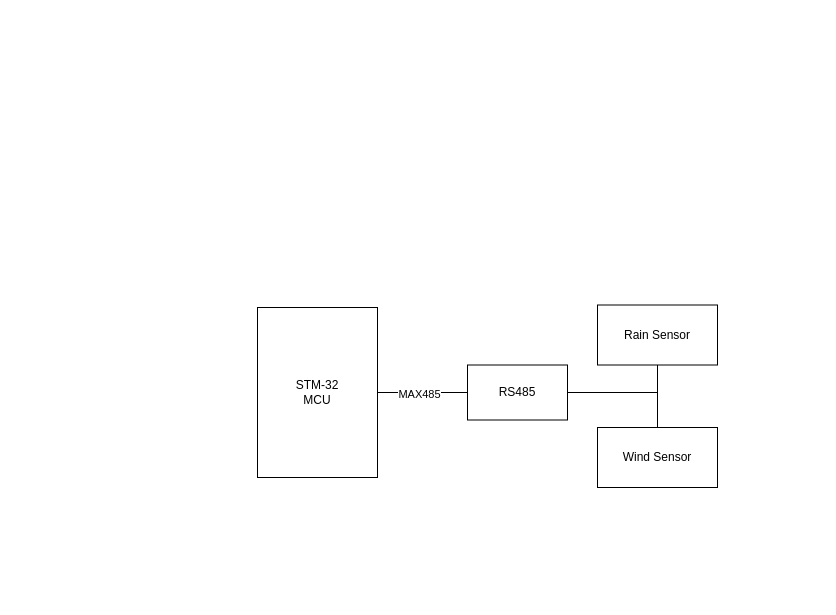
The draw.io diagram Schematic.drawio in ziixyu/Wind-and-Rain-Sensor, before the edit. Source tidied: cells renumbered, new cells numbered last; positions are measured from the earlier drawing's top-left corner, leaving out a move shared by most shapes. Both pictures are drawn from the tidied source at 100%, with x=0, y=0 at pixel (257, 305).
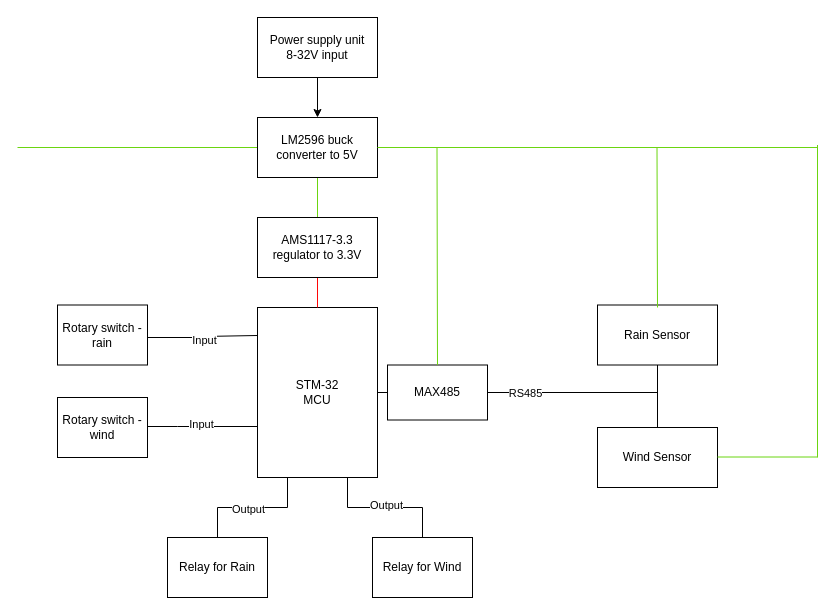
The same page after the edit.

Unchanged cells that the change refers to:
```xml
<mxCell id="2" style="edgeStyle=orthogonalEdgeStyle;rounded=0;jettySize=auto;html=1;exitX=1;exitY=0.5;exitDx=0;exitDy=0;endArrow=none;endFill=0;" parent="1" edge="1" source="4">
  <mxGeometry relative="1" as="geometry">
    <mxPoint x="210" y="87" as="targetPoint" />
  </mxGeometry>
</mxCell>
<mxCell id="4" value="STM-32&lt;div&gt;MCU&lt;/div&gt;" style="rounded=0;whiteSpace=wrap;html=1;" parent="1" vertex="1">
  <mxGeometry y="2" width="120" height="170" as="geometry" />
</mxCell>
<mxCell id="6" style="endArrow=none;html=1;rounded=0;exitX=1;exitY=0.5;exitDx=0;exitDy=0;" parent="1" edge="1" source="5">
  <mxGeometry relative="1" as="geometry">
    <mxPoint x="400" y="87" as="targetPoint" />
  </mxGeometry>
</mxCell>
```

The edit, as a diff of the source:
```diff
@@
-    <mxCell id="3" value="MAX&lt;span style=&quot;background-color: light-dark(#ffffff, var(--ge-dark-color, #121212)); color: light-dark(rgb(0, 0, 0), rgb(255, 255, 255));&quot;&gt;485&lt;/span&gt;" style="edgeLabel;html=1;align=center;verticalAlign=middle;" parent="2" vertex="1">
-      <mxGeometry x="-0.2" y="-1" relative="1" as="geometry">
-        <mxPoint x="5" as="offset" />
-      </mxGeometry>
-    </mxCell>
+    <mxCell id="11" style="edgeStyle=orthogonalEdgeStyle;rounded=0;jettySize=auto;html=1;entryX=0.5;entryY=0;entryDx=0;entryDy=0;endArrow=none;endFill=0;exitX=0.25;exitY=1;exitDx=0;exitDy=0;" parent="1" edge="1" source="4" target="26">
+      <mxGeometry relative="1" as="geometry">
+        <Array as="points">
+          <mxPoint x="30" y="202" />
+          <mxPoint x="-40" y="202" />
+        </Array>
+      </mxGeometry>
+    </mxCell>
+    <mxCell id="12" value="Output" style="edgeLabel;html=1;align=center;verticalAlign=middle;" parent="11" vertex="1">
+      <mxGeometry x="0.08" y="1" relative="1" as="geometry" />
+    </mxCell>
@@
-    <mxCell id="5" value="RS485" style="rounded=0;whiteSpace=wrap;html=1;" parent="1" vertex="1">
-      <mxGeometry x="210" y="59.5" width="100" height="55" as="geometry" />
+    <mxCell id="5" value="MAX485" style="rounded=0;whiteSpace=wrap;html=1;" parent="1" vertex="1">
+      <mxGeometry x="130" y="59.5" width="100" height="55" as="geometry" />
     </mxCell>
@@
+    <mxCell id="13" value="RS485" style="edgeLabel;html=1;align=center;verticalAlign=middle;" parent="6" vertex="1">
+      <mxGeometry x="-0.56" relative="1" as="geometry" />
+    </mxCell>
@@
+    <mxCell id="14" style="edgeStyle=orthogonalEdgeStyle;rounded=0;jettySize=auto;html=1;" parent="1" edge="1" source="15" target="18">
+      <mxGeometry relative="1" as="geometry" />
+    </mxCell>
+    <mxCell id="15" value="Power supply unit&lt;div&gt;8-32V input&lt;/div&gt;" style="rounded=0;whiteSpace=wrap;html=1;" parent="1" vertex="1">
+      <mxGeometry y="-288" width="120" height="60" as="geometry" />
+    </mxCell>
+    <mxCell id="16" style="edgeStyle=orthogonalEdgeStyle;rounded=0;jettySize=auto;html=1;exitX=0;exitY=0.5;exitDx=0;exitDy=0;fillColor=#d5e8d4;strokeColor=#6BD510;endArrow=none;endFill=0;" parent="1" edge="1" source="18">
+      <mxGeometry relative="1" as="geometry">
+        <mxPoint x="-240" y="-158" as="targetPoint" />
+      </mxGeometry>
+    </mxCell>
+    <mxCell id="17" style="edgeStyle=orthogonalEdgeStyle;rounded=0;jettySize=auto;html=1;endArrow=none;endFill=0;strokeColor=#6BD510;" parent="1" edge="1" source="18" target="20">
+      <mxGeometry relative="1" as="geometry" />
+    </mxCell>
+    <mxCell id="18" value="LM2596 buck converter to 5V" style="rounded=0;whiteSpace=wrap;html=1;" parent="1" vertex="1">
+      <mxGeometry y="-188" width="120" height="60" as="geometry" />
+    </mxCell>
+    <mxCell id="19" style="edgeStyle=orthogonalEdgeStyle;rounded=0;jettySize=auto;html=1;strokeColor=#FF0606;endArrow=none;endFill=0;" parent="1" edge="1" source="20" target="4">
+      <mxGeometry relative="1" as="geometry" />
+    </mxCell>
+    <mxCell id="20" value="AMS1117-3.3 regulator to 3.3V" style="rounded=0;whiteSpace=wrap;html=1;" parent="1" vertex="1">
+      <mxGeometry y="-88" width="120" height="60" as="geometry" />
+    </mxCell>
+    <mxCell id="21" style="endArrow=none;html=1;rounded=0;exitX=1;exitY=0.5;exitDx=0;exitDy=0;fillColor=#d5e8d4;strokeColor=#6BD510;" parent="1" edge="1" source="18">
+      <mxGeometry relative="1" as="geometry">
+        <mxPoint x="560" y="-158" as="targetPoint" />
+      </mxGeometry>
+    </mxCell>
+    <mxCell id="22" style="endArrow=none;html=1;rounded=0;strokeColor=#6BD510;exitX=0.5;exitY=0;exitDx=0;exitDy=0;" parent="1" edge="1" source="5">
+      <mxGeometry relative="1" as="geometry">
+        <mxPoint x="179.5" y="-158" as="targetPoint" />
+      </mxGeometry>
+    </mxCell>
+    <mxCell id="23" style="endArrow=none;html=1;rounded=0;strokeColor=#6BD510;" parent="1" edge="1">
+      <mxGeometry relative="1" as="geometry">
+        <mxPoint x="400" y="2" as="sourcePoint" />
+        <mxPoint x="399.5" y="-158" as="targetPoint" />
+      </mxGeometry>
+    </mxCell>
+    <mxCell id="24" style="endArrow=none;html=1;rounded=0;strokeColor=#6BD510;" parent="1" edge="1">
+      <mxGeometry relative="1" as="geometry">
+        <mxPoint x="560" y="152" as="sourcePoint" />
+        <mxPoint x="560" y="-160.5" as="targetPoint" />
+      </mxGeometry>
+    </mxCell>
+    <mxCell id="25" style="edgeStyle=none;orthogonalLoop=1;jettySize=auto;html=1;rounded=0;endArrow=none;endFill=0;strokeColor=#6BD510;" parent="1" edge="1">
+      <mxGeometry relative="1" as="geometry">
+        <mxPoint x="460" y="151.5" as="sourcePoint" />
+        <mxPoint x="560" y="151.5" as="targetPoint" />
+      </mxGeometry>
+    </mxCell>
+    <mxCell id="26" value="Relay for Rain" style="rounded=0;whiteSpace=wrap;html=1;" parent="1" vertex="1">
+      <mxGeometry x="-90" y="232" width="100" height="60" as="geometry" />
+    </mxCell>
+    <mxCell id="27" style="edgeStyle=orthogonalEdgeStyle;rounded=0;jettySize=auto;html=1;endArrow=none;endFill=0;entryX=0.75;entryY=1;entryDx=0;entryDy=0;" parent="1" edge="1" source="29" target="4">
+      <mxGeometry relative="1" as="geometry" />
+    </mxCell>
+    <mxCell id="28" value="Output" style="edgeLabel;html=1;align=center;verticalAlign=middle;" parent="27" vertex="1">
+      <mxGeometry x="-0.01" y="-3" relative="1" as="geometry" />
+    </mxCell>
+    <mxCell id="29" value="Relay for Wind" style="rounded=0;whiteSpace=wrap;html=1;" parent="1" vertex="1">
+      <mxGeometry x="115" y="232" width="100" height="60" as="geometry" />
+    </mxCell>
+    <mxCell id="30" value="Rotary switch - rain" style="rounded=0;whiteSpace=wrap;html=1;" parent="1" vertex="1">
+      <mxGeometry x="-200" y="-0.5" width="90" height="60" as="geometry" />
+    </mxCell>
+    <mxCell id="31" value="Rotary switch - wind" style="rounded=0;whiteSpace=wrap;html=1;" parent="1" vertex="1">
+      <mxGeometry x="-200" y="92" width="90" height="60" as="geometry" />
+    </mxCell>
+    <mxCell id="32" style="edgeStyle=orthogonalEdgeStyle;rounded=0;jettySize=auto;html=1;endArrow=none;endFill=0;" parent="1" edge="1" source="30">
+      <mxGeometry relative="1" as="geometry">
+        <mxPoint y="30" as="targetPoint" />
+        <Array as="points">
+          <mxPoint x="-55" y="32" />
+          <mxPoint x="-55" y="31" />
+        </Array>
+      </mxGeometry>
+    </mxCell>
+    <mxCell id="33" value="Input" style="edgeLabel;html=1;align=center;verticalAlign=middle;" parent="32" vertex="1">
+      <mxGeometry x="-0.01" y="-2" relative="1" as="geometry">
+        <mxPoint x="-1" y="2" as="offset" />
+      </mxGeometry>
+    </mxCell>
+    <mxCell id="34" style="edgeStyle=orthogonalEdgeStyle;rounded=0;jettySize=auto;html=1;endArrow=none;endFill=0;" parent="1" edge="1" source="31">
+      <mxGeometry relative="1" as="geometry">
+        <mxPoint y="121" as="targetPoint" />
+        <Array as="points">
+          <mxPoint x="-80" y="121" />
+          <mxPoint x="-80" y="121" />
+        </Array>
+      </mxGeometry>
+    </mxCell>
+    <mxCell id="35" value="Input" style="edgeLabel;html=1;align=center;verticalAlign=middle;" parent="34" vertex="1">
+      <mxGeometry x="-0.04" y="3" relative="1" as="geometry" />
+    </mxCell>
```
